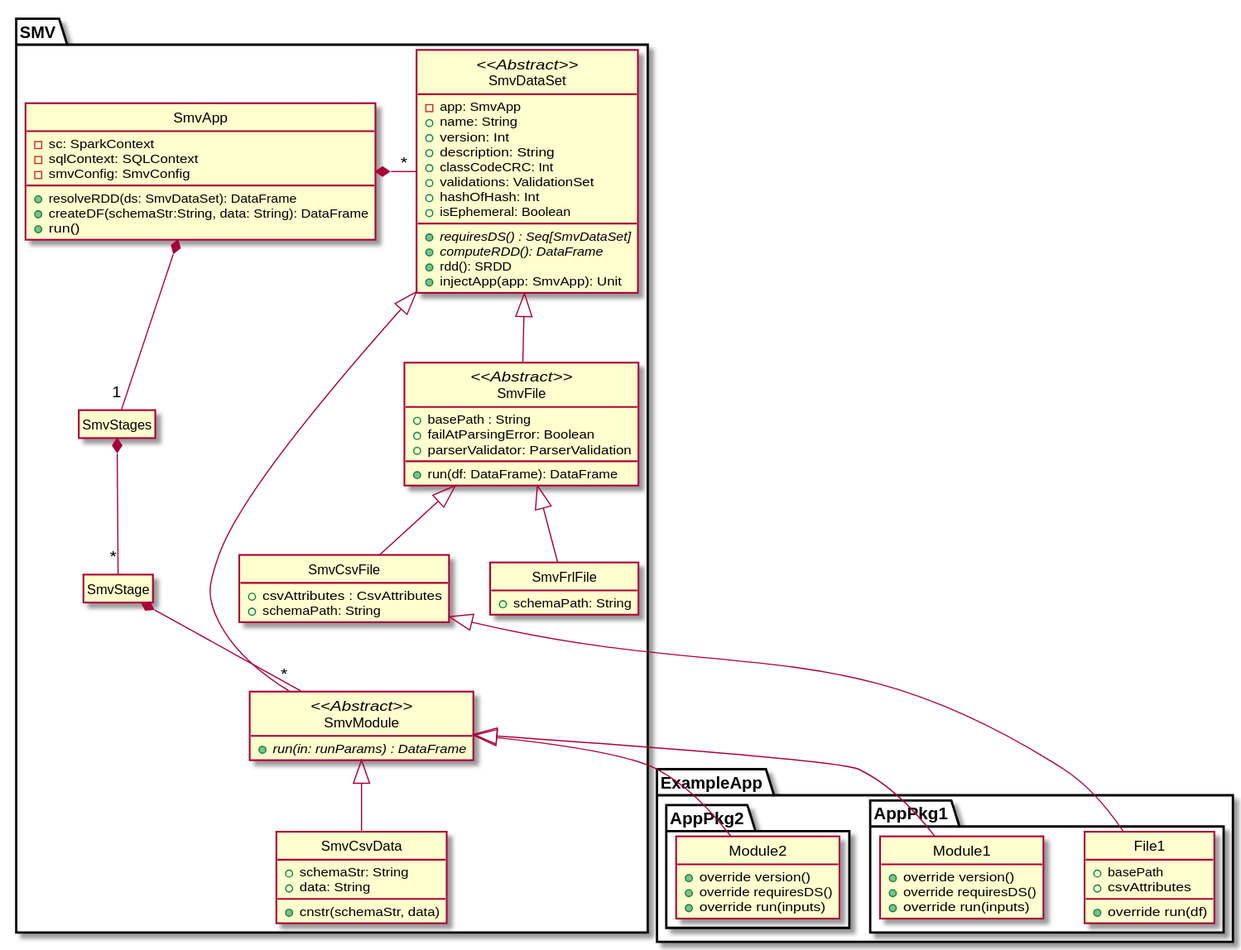
Above: docs/design/app_class.svg in TresAmigosSD/SMV (PlantUML), before the change. Its source is kept beside it as docs/design/app_class.puml.
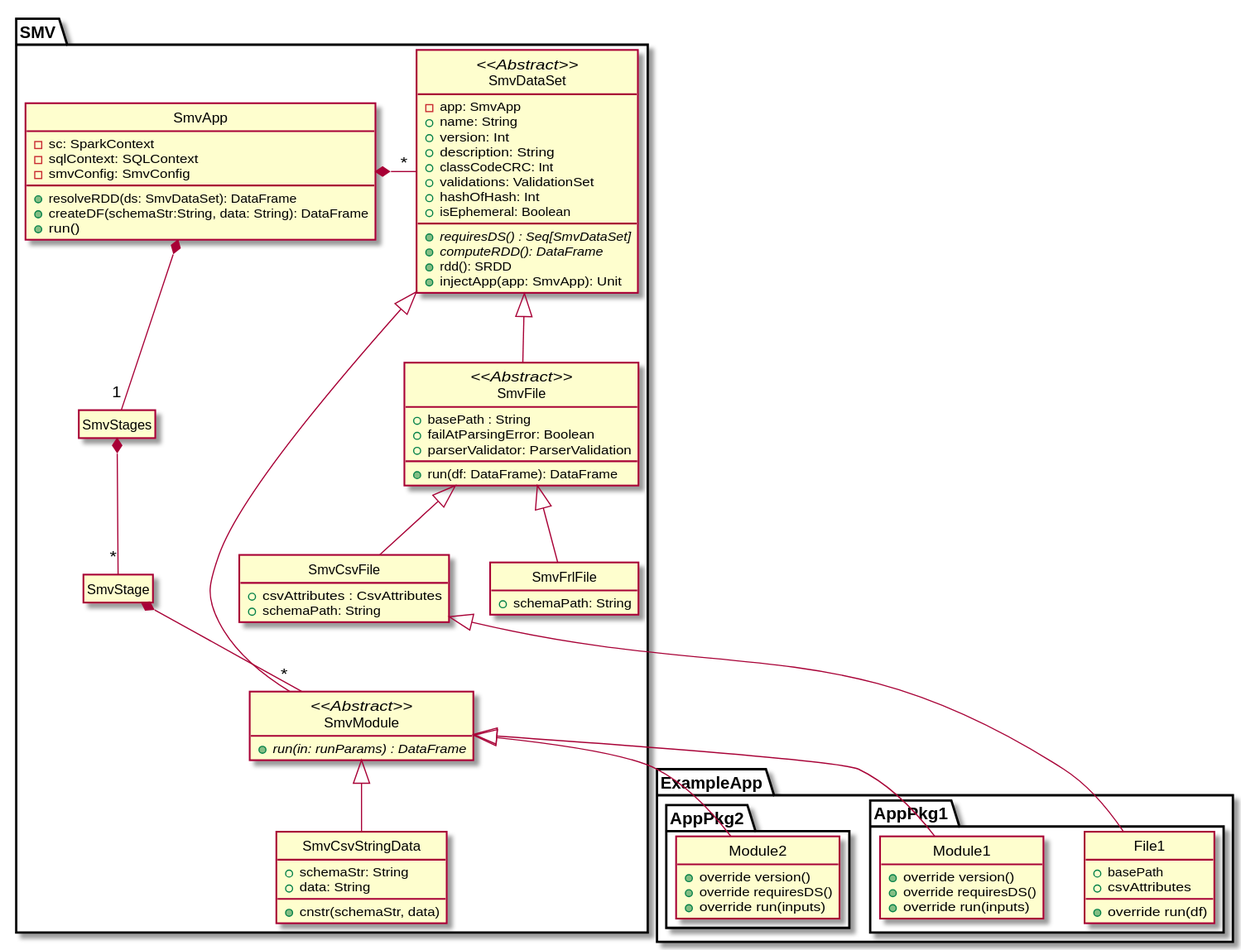
Above is the later version.

Commit message:
Renamed SmvCsvData to SmvCsvStringData

Change to the diagram source:
```diff
@@ -40,7 +40,7 @@
     +{abstract} run(in: runParams) : DataFrame
   }
 
-  class SmvCsvData extends SmvModule {
+  class SmvCsvStringData extends SmvModule {
     +schemaStr: String
     +data: String
     +cnstr(schemaStr, data)
```
